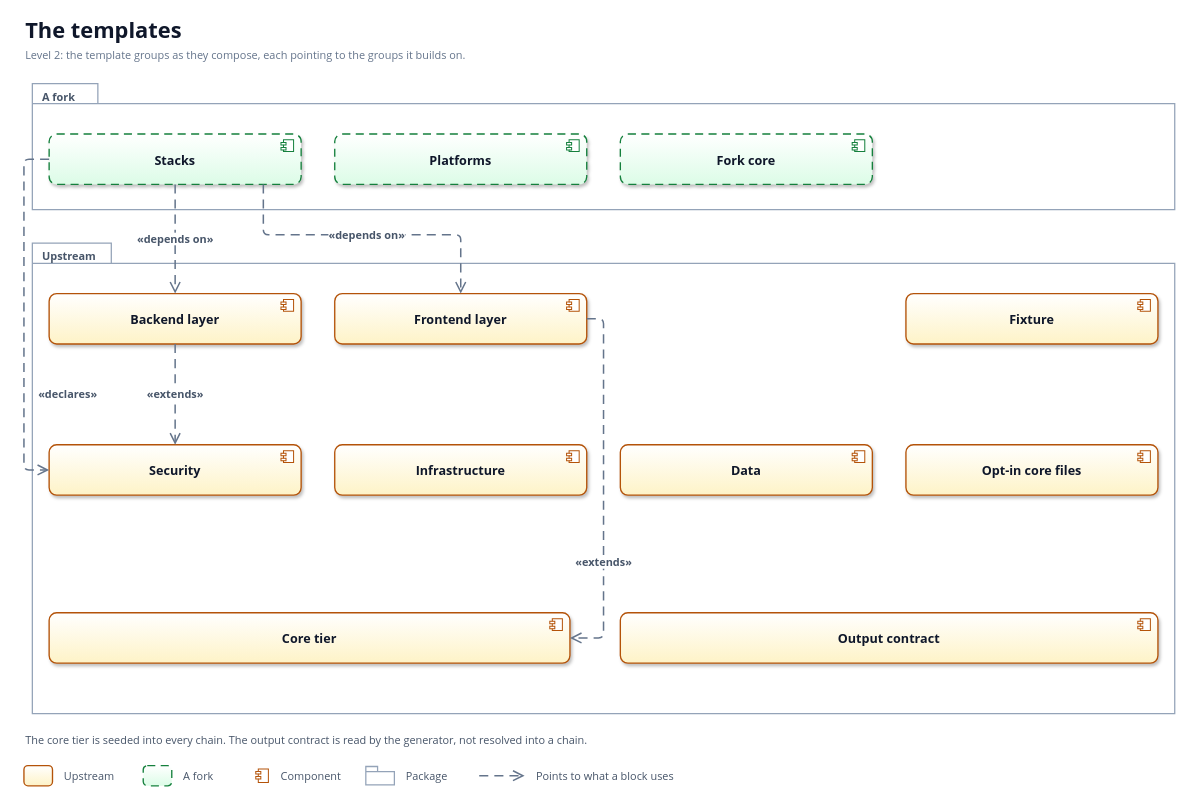
This is docs/diagrams/building-blocks-templates.drawio from solid-ai-dev/solid-ai-templates, a draw.io file, before an edit. Source tidied: cells renumbered, new cells numbered last; positions are measured from the earlier drawing's top-left corner, leaving out a move shared by most shapes. Both pictures are drawn from the tidied source at 84%, with x=0, y=0 at pixel (24, 14).
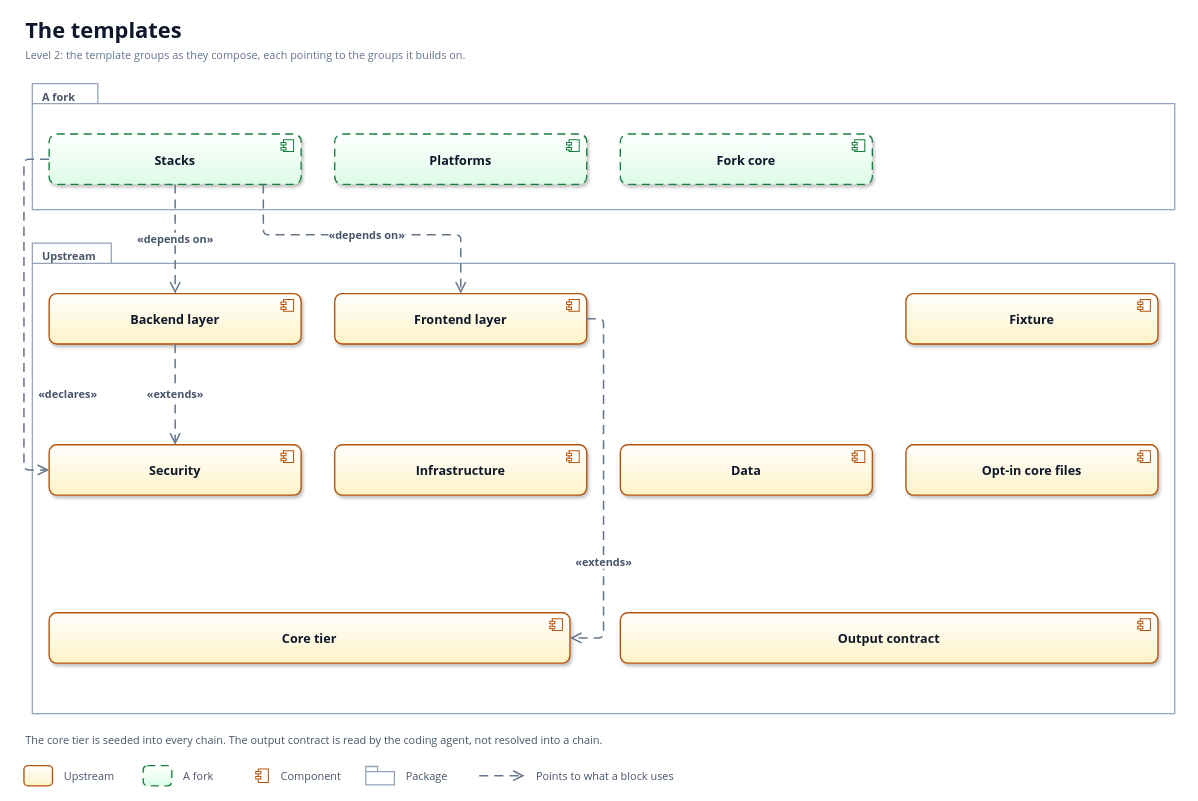
The same page after the edit.

Diff of the diagram source:
```diff
@@
-    <mxCell id="35" value="The core tier is seeded into every chain. The output contract is read by the generator, not resolved into a chain." style="text;html=1;whiteSpace=wrap;strokeColor=none;fillColor=none;align=left;verticalAlign=middle;fontFamily=Segoe UI;fontSize=13;fontColor=#475569;" parent="1" vertex="1">
+    <mxCell id="35" value="The core tier is seeded into every chain. The output contract is read by the coding agent, not resolved into a chain." style="text;html=1;whiteSpace=wrap;strokeColor=none;fillColor=none;align=left;verticalAlign=middle;fontFamily=Segoe UI;fontSize=13;fontColor=#475569;" parent="1" vertex="1">
       <mxGeometry y="852" width="1380" height="24" as="geometry" />
     </mxCell>
```
